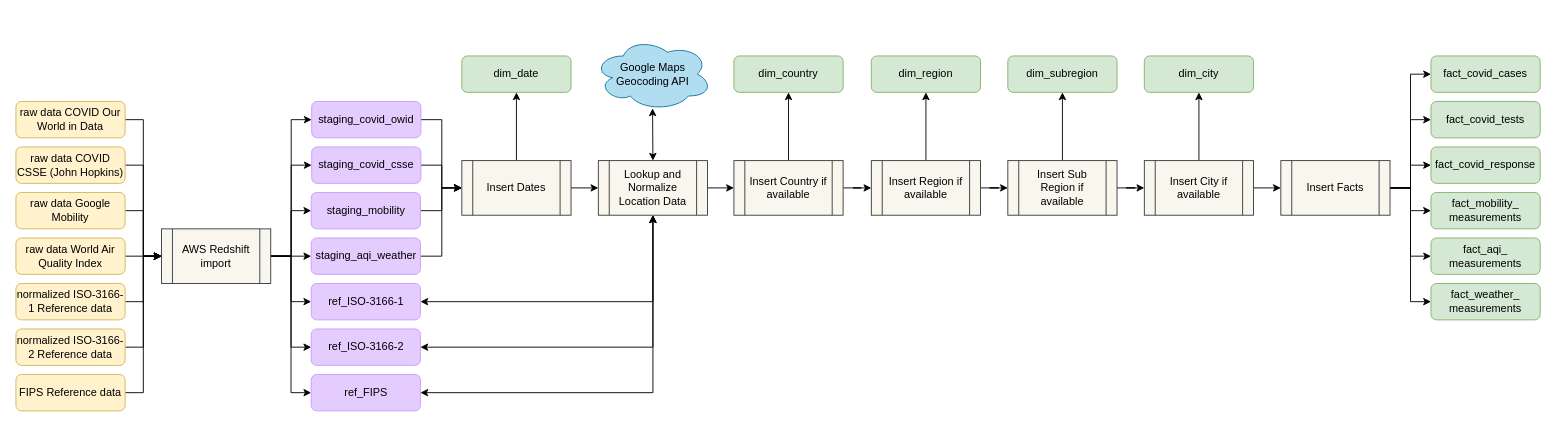
Before: drawings/etl.drawio in p-friedl/dataeng-capstone, a draw.io diagram. Source tidied: cells renumbered, new cells numbered last; positions are measured from the earlier drawing's top-left corner, leaving out a move shared by most shapes. Both pictures are drawn from the tidied source at 91%, with x=0, y=0 at pixel (15, 37).
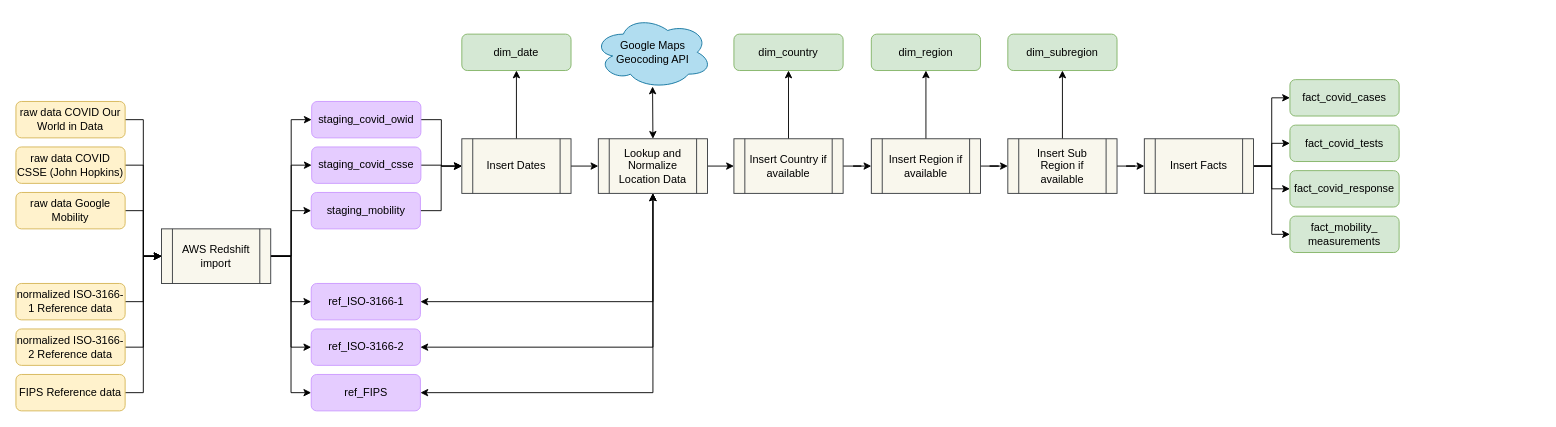
After the change.

Commit message (it also covers changes not shown here):
remove airquality data from scope

Unchanged cells that the change refers to:
```xml
<mxCell id="24" value="AWS Redshift import" style="shape=process;whiteSpace=wrap;html=1;backgroundOutline=1;fillColor=#f9f7ed;strokeColor=#36393d;" parent="1" vertex="1">
  <mxGeometry x="160" y="210" width="120" height="60" as="geometry" />
</mxCell>
<mxCell id="26" value="staging_covid_csse" style="rounded=1;whiteSpace=wrap;html=1;fontSize=12;glass=0;strokeWidth=1;shadow=0;fillColor=#E5CCFF;strokeColor=#CC99FF;" parent="1" vertex="1">
  <mxGeometry x="325" y="120" width="120" height="40" as="geometry" />
</mxCell>
<mxCell id="28" value="staging_covid_owid" style="rounded=1;whiteSpace=wrap;html=1;fontSize=12;glass=0;strokeWidth=1;shadow=0;fillColor=#E5CCFF;strokeColor=#CC99FF;" parent="1" vertex="1">
  <mxGeometry x="325" y="70" width="120" height="40" as="geometry" />
</mxCell>
<mxCell id="30" value="staging_mobility" style="rounded=1;whiteSpace=wrap;html=1;fontSize=12;glass=0;strokeWidth=1;shadow=0;fillColor=#E5CCFF;strokeColor=#CC99FF;" parent="1" vertex="1">
  <mxGeometry x="324.5" y="170" width="120" height="40" as="geometry" />
</mxCell>
```

Change to the diagram source:
```diff
@@
     <mxCell id="2" value="Google Maps&lt;br&gt;Geocoding API" style="ellipse;shape=cloud;whiteSpace=wrap;html=1;fillColor=#b1ddf0;strokeColor=#10739e;" parent="1" vertex="1">
-      <mxGeometry x="635" width="130" height="80" as="geometry" />
+      <mxGeometry x="635" y="-24" width="130" height="80" as="geometry" />
     </mxCell>
@@
-    <mxCell id="9" style="edgeStyle=orthogonalEdgeStyle;rounded=0;jettySize=auto;html=1;exitX=1;exitY=0.5;exitDx=0;exitDy=0;entryX=0;entryY=0.5;entryDx=0;entryDy=0;" parent="1" edge="1" source="10" target="24">
-      <mxGeometry relative="1" as="geometry" />
-    </mxCell>
-    <mxCell id="10" value="raw data World Air Quality Index" style="rounded=1;whiteSpace=wrap;html=1;fontSize=12;glass=0;strokeWidth=1;shadow=0;fillColor=#fff2cc;strokeColor=#d6b656;" parent="1" vertex="1">
-      <mxGeometry y="220" width="120" height="40" as="geometry" />
-    </mxCell>
@@
-    <mxCell id="20" style="edgeStyle=orthogonalEdgeStyle;rounded=0;jettySize=auto;html=1;exitX=1;exitY=0.5;exitDx=0;exitDy=0;entryX=0;entryY=0.5;entryDx=0;entryDy=0;" parent="1" edge="1" source="24" target="32">
-      <mxGeometry relative="1" as="geometry" />
-    </mxCell>
@@
     <mxCell id="25" style="edgeStyle=orthogonalEdgeStyle;rounded=0;jettySize=auto;html=1;exitX=1;exitY=0.5;exitDx=0;exitDy=0;entryX=0;entryY=0.5;entryDx=0;entryDy=0;" parent="1" edge="1" source="26" target="38">
-      <mxGeometry relative="1" as="geometry">
-        <Array as="points">
-          <mxPoint x="468" y="140" />
-          <mxPoint x="468" y="165" />
-        </Array>
-      </mxGeometry>
+      <mxGeometry relative="1" as="geometry" />
     </mxCell>
@@
     <mxCell id="27" style="edgeStyle=orthogonalEdgeStyle;rounded=0;jettySize=auto;html=1;exitX=1;exitY=0.5;exitDx=0;exitDy=0;entryX=0;entryY=0.5;entryDx=0;entryDy=0;" parent="1" edge="1" source="28" target="38">
-      <mxGeometry relative="1" as="geometry">
-        <Array as="points">
-          <mxPoint x="468" y="90" />
-          <mxPoint x="468" y="165" />
-        </Array>
-      </mxGeometry>
+      <mxGeometry relative="1" as="geometry" />
     </mxCell>
@@
     <mxCell id="29" style="edgeStyle=orthogonalEdgeStyle;rounded=0;jettySize=auto;html=1;exitX=1;exitY=0.5;exitDx=0;exitDy=0;entryX=0;entryY=0.5;entryDx=0;entryDy=0;" parent="1" edge="1" source="30" target="38">
-      <mxGeometry relative="1" as="geometry">
-        <Array as="points">
-          <mxPoint x="468" y="190" />
-          <mxPoint x="468" y="165" />
-        </Array>
-      </mxGeometry>
+      <mxGeometry relative="1" as="geometry" />
     </mxCell>
@@
-    <mxCell id="31" style="edgeStyle=orthogonalEdgeStyle;rounded=0;jettySize=auto;html=1;exitX=1;exitY=0.5;exitDx=0;exitDy=0;entryX=0;entryY=0.5;entryDx=0;entryDy=0;" parent="1" edge="1" source="32" target="38">
-      <mxGeometry relative="1" as="geometry">
-        <Array as="points">
-          <mxPoint x="468" y="240" />
-          <mxPoint x="468" y="165" />
-        </Array>
-      </mxGeometry>
-    </mxCell>
-    <mxCell id="32" value="staging_aqi_weather" style="rounded=1;whiteSpace=wrap;html=1;fontSize=12;glass=0;strokeWidth=1;shadow=0;fillColor=#E5CCFF;strokeColor=#CC99FF;" parent="1" vertex="1">
-      <mxGeometry x="324.5" y="220" width="120" height="40" as="geometry" />
-    </mxCell>
@@
     <mxCell id="38" value="Insert Dates" style="shape=process;whiteSpace=wrap;html=1;backgroundOutline=1;fillColor=#f9f7ed;strokeColor=#36393d;" parent="1" vertex="1">
-      <mxGeometry x="490" y="135" width="120" height="60" as="geometry" />
+      <mxGeometry x="490" y="111" width="120" height="60" as="geometry" />
     </mxCell>
     <mxCell id="39" value="dim_date" style="rounded=1;whiteSpace=wrap;html=1;fontSize=12;glass=0;strokeWidth=1;shadow=0;fillColor=#d5e8d4;strokeColor=#82b366;" parent="1" vertex="1">
-      <mxGeometry x="490" y="20" width="120" height="40" as="geometry" />
+      <mxGeometry x="490" y="-4" width="120" height="40" as="geometry" />
     </mxCell>
@@
     <mxCell id="41" value="Lookup and Normalize Location Data" style="shape=process;whiteSpace=wrap;html=1;backgroundOutline=1;fillColor=#f9f7ed;strokeColor=#36393d;" parent="1" vertex="1">
-      <mxGeometry x="640" y="135" width="120" height="60" as="geometry" />
+      <mxGeometry x="640" y="111" width="120" height="60" as="geometry" />
     </mxCell>
@@
     <mxCell id="44" value="Insert Country if available" style="shape=process;whiteSpace=wrap;html=1;backgroundOutline=1;fillColor=#f9f7ed;strokeColor=#36393d;" parent="1" vertex="1">
-      <mxGeometry x="789" y="135" width="120" height="60" as="geometry" />
+      <mxGeometry x="789" y="111" width="120" height="60" as="geometry" />
     </mxCell>
@@
     <mxCell id="47" value="Insert Region if available" style="shape=process;whiteSpace=wrap;html=1;backgroundOutline=1;fillColor=#f9f7ed;strokeColor=#36393d;" parent="1" vertex="1">
-      <mxGeometry x="940" y="135" width="120" height="60" as="geometry" />
+      <mxGeometry x="940" y="111" width="120" height="60" as="geometry" />
     </mxCell>
-    <mxCell id="48" style="edgeStyle=orthogonalEdgeStyle;rounded=0;jettySize=auto;html=1;" parent="1" edge="1" source="50" target="53">
+    <mxCell id="48" style="edgeStyle=orthogonalEdgeStyle;rounded=0;jettySize=auto;html=1;entryX=0;entryY=0.5;entryDx=0;entryDy=0;" parent="1" edge="1" source="50" target="67">
       <mxGeometry relative="1" as="geometry" />
     </mxCell>
@@
     <mxCell id="50" value="Insert Sub Region if available" style="shape=process;whiteSpace=wrap;html=1;backgroundOutline=1;fillColor=#f9f7ed;strokeColor=#36393d;" parent="1" vertex="1">
-      <mxGeometry x="1090" y="135" width="120" height="60" as="geometry" />
+      <mxGeometry x="1090" y="111" width="120" height="60" as="geometry" />
     </mxCell>
-    <mxCell id="51" style="edgeStyle=orthogonalEdgeStyle;rounded=0;jettySize=auto;html=1;exitX=0.5;exitY=0;exitDx=0;exitDy=0;entryX=0.5;entryY=1;entryDx=0;entryDy=0;" parent="1" edge="1" source="53" target="57">
-      <mxGeometry relative="1" as="geometry" />
-    </mxCell>
-    <mxCell id="52" style="edgeStyle=orthogonalEdgeStyle;rounded=0;jettySize=auto;html=1;exitX=1;exitY=0.5;exitDx=0;exitDy=0;entryX=0;entryY=0.5;entryDx=0;entryDy=0;" parent="1" edge="1" source="53" target="67">
-      <mxGeometry relative="1" as="geometry" />
-    </mxCell>
-    <mxCell id="53" value="Insert City if available" style="shape=process;whiteSpace=wrap;html=1;backgroundOutline=1;fillColor=#f9f7ed;strokeColor=#36393d;" parent="1" vertex="1">
-      <mxGeometry x="1240" y="135" width="120" height="60" as="geometry" />
-    </mxCell>
     <mxCell id="54" value="dim_country" style="rounded=1;whiteSpace=wrap;html=1;fontSize=12;glass=0;strokeWidth=1;shadow=0;fillColor=#d5e8d4;strokeColor=#82b366;" parent="1" vertex="1">
-      <mxGeometry x="789" y="20" width="120" height="40" as="geometry" />
+      <mxGeometry x="789" y="-4" width="120" height="40" as="geometry" />
     </mxCell>
     <mxCell id="55" value="dim_region" style="rounded=1;whiteSpace=wrap;html=1;fontSize=12;glass=0;strokeWidth=1;shadow=0;fillColor=#d5e8d4;strokeColor=#82b366;" parent="1" vertex="1">
-      <mxGeometry x="940" y="20" width="120" height="40" as="geometry" />
+      <mxGeometry x="940" y="-4" width="120" height="40" as="geometry" />
     </mxCell>
     <mxCell id="56" value="dim_subregion" style="rounded=1;whiteSpace=wrap;html=1;fontSize=12;glass=0;strokeWidth=1;shadow=0;fillColor=#d5e8d4;strokeColor=#82b366;" parent="1" vertex="1">
-      <mxGeometry x="1090" y="20" width="120" height="40" as="geometry" />
+      <mxGeometry x="1090" y="-4" width="120" height="40" as="geometry" />
     </mxCell>
-    <mxCell id="57" value="dim_city" style="rounded=1;whiteSpace=wrap;html=1;fontSize=12;glass=0;strokeWidth=1;shadow=0;fillColor=#d5e8d4;strokeColor=#82b366;" parent="1" vertex="1">
-      <mxGeometry x="1240" y="20" width="120" height="40" as="geometry" />
-    </mxCell>
@@
-    <mxCell id="65" style="edgeStyle=orthogonalEdgeStyle;rounded=0;jettySize=auto;html=1;exitX=1;exitY=0.5;exitDx=0;exitDy=0;entryX=0;entryY=0.5;entryDx=0;entryDy=0;" parent="1" edge="1" source="67" target="73">
-      <mxGeometry relative="1" as="geometry" />
-    </mxCell>
-    <mxCell id="66" style="edgeStyle=orthogonalEdgeStyle;rounded=0;jettySize=auto;html=1;exitX=1;exitY=0.5;exitDx=0;exitDy=0;entryX=0;entryY=0.5;entryDx=0;entryDy=0;" parent="1" edge="1" source="67" target="74">
-      <mxGeometry relative="1" as="geometry" />
-    </mxCell>
     <mxCell id="67" value="Insert Facts" style="shape=process;whiteSpace=wrap;html=1;backgroundOutline=1;fillColor=#f9f7ed;strokeColor=#36393d;" parent="1" vertex="1">
-      <mxGeometry x="1390" y="135" width="120" height="60" as="geometry" />
+      <mxGeometry x="1240" y="111" width="120" height="60" as="geometry" />
     </mxCell>
@@
     <mxCell id="69" value="fact_covid_cases" style="rounded=1;whiteSpace=wrap;html=1;fontSize=12;glass=0;strokeWidth=1;shadow=0;fillColor=#d5e8d4;strokeColor=#82b366;" parent="1" vertex="1">
-      <mxGeometry x="1555" y="20" width="120" height="40" as="geometry" />
+      <mxGeometry x="1400" y="46" width="120" height="40" as="geometry" />
     </mxCell>
     <mxCell id="70" value="fact_covid_tests" style="rounded=1;whiteSpace=wrap;html=1;fontSize=12;glass=0;strokeWidth=1;shadow=0;fillColor=#d5e8d4;strokeColor=#82b366;" parent="1" vertex="1">
-      <mxGeometry x="1555" y="70" width="120" height="40" as="geometry" />
+      <mxGeometry x="1400" y="96" width="120" height="40" as="geometry" />
     </mxCell>
     <mxCell id="71" value="fact_covid_response" style="rounded=1;whiteSpace=wrap;html=1;fontSize=12;glass=0;strokeWidth=1;shadow=0;fillColor=#d5e8d4;strokeColor=#82b366;" parent="1" vertex="1">
-      <mxGeometry x="1555" y="120" width="120" height="40" as="geometry" />
+      <mxGeometry x="1400" y="146" width="120" height="40" as="geometry" />
     </mxCell>
     <mxCell id="72" value="fact_mobility_&lt;br&gt;measurements" style="rounded=1;whiteSpace=wrap;html=1;fontSize=12;glass=0;strokeWidth=1;shadow=0;fillColor=#d5e8d4;strokeColor=#82b366;" parent="1" vertex="1">
-      <mxGeometry x="1555" y="170" width="120" height="40" as="geometry" />
+      <mxGeometry x="1400" y="196" width="120" height="40" as="geometry" />
     </mxCell>
-    <mxCell id="73" value="fact_aqi_&lt;br&gt;measurements" style="rounded=1;whiteSpace=wrap;html=1;fontSize=12;glass=0;strokeWidth=1;shadow=0;fillColor=#d5e8d4;strokeColor=#82b366;" parent="1" vertex="1">
-      <mxGeometry x="1555" y="220" width="120" height="40" as="geometry" />
-    </mxCell>
-    <mxCell id="74" value="fact_weather_&lt;br&gt;measurements" style="rounded=1;whiteSpace=wrap;html=1;fontSize=12;glass=0;strokeWidth=1;shadow=0;fillColor=#d5e8d4;strokeColor=#82b366;" parent="1" vertex="1">
-      <mxGeometry x="1555" y="270" width="120" height="40" as="geometry" />
-    </mxCell>
```
